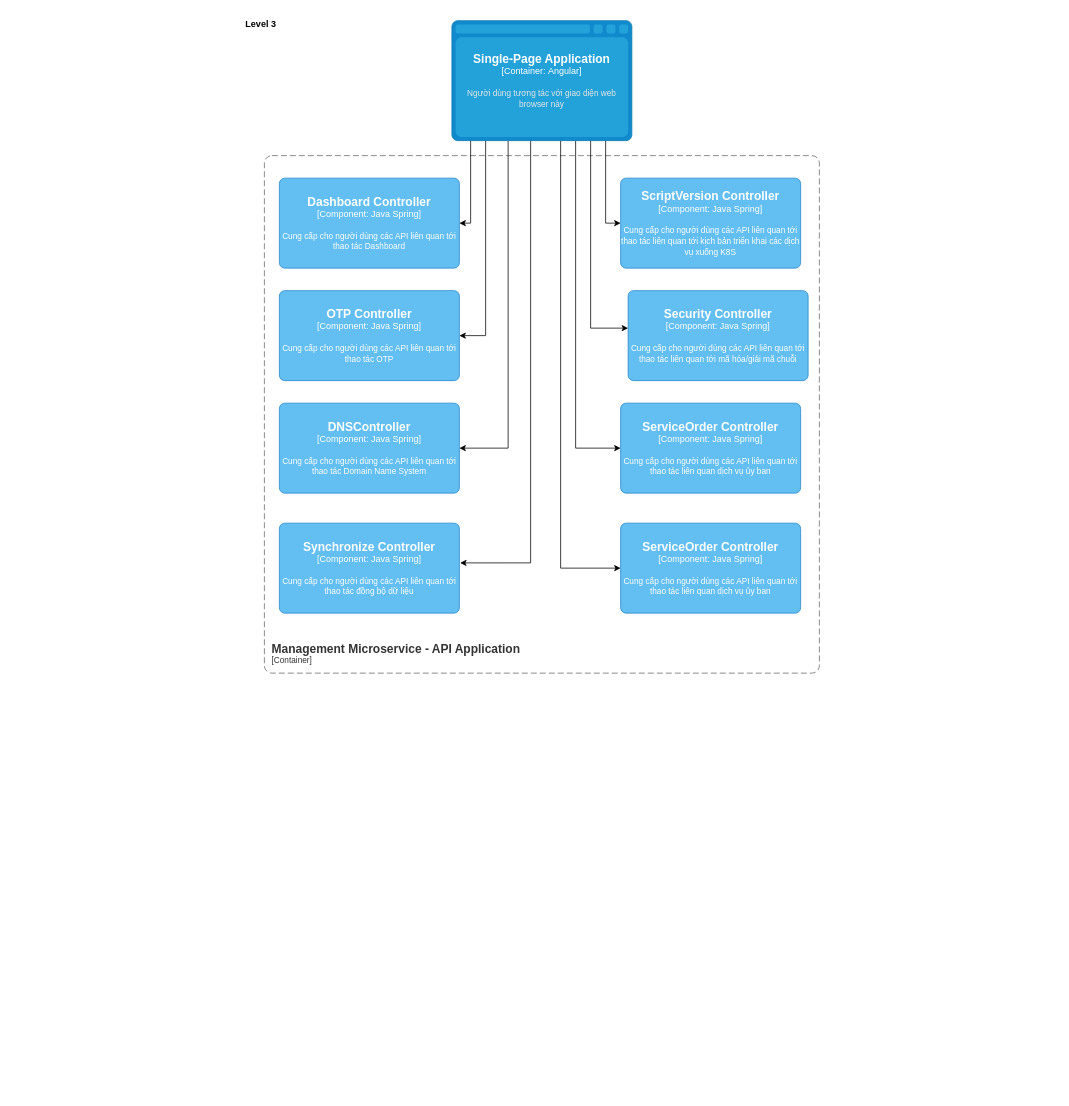
Earlier version of the draw.io diagram IDG-Portal Lv3 ObjectStorage API Application.drawio (dangngocsoncntt/draw.io). Source tidied: cells renumbered, new cells numbered last; positions are measured from the earlier drawing's top-left corner, leaving out a move shared by most shapes. Both pictures are drawn from the tidied source at 75%, with x=0, y=0 at pixel (238, 13).
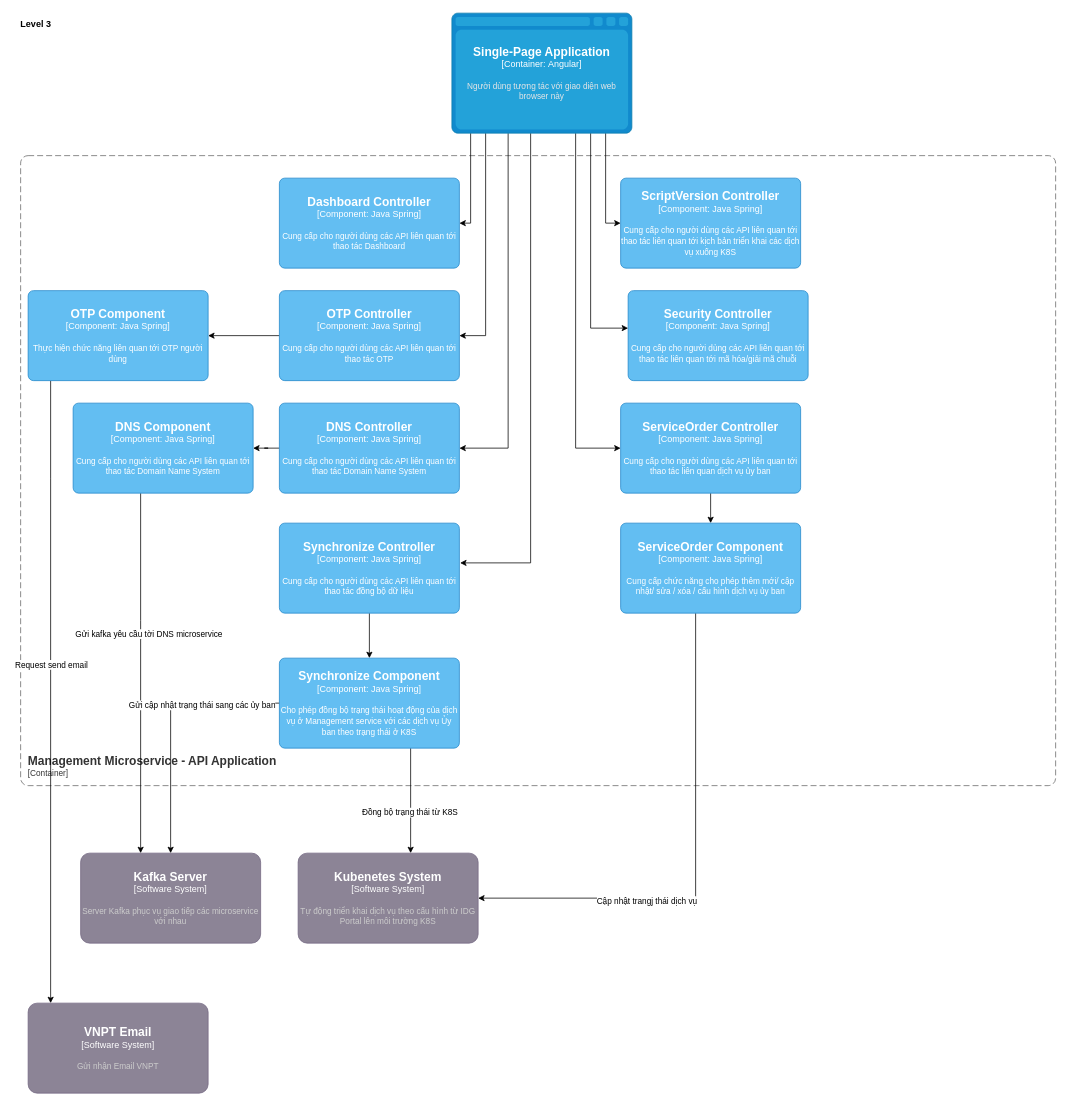
The same page after the edit.

Unchanged cells that the change refers to:
```xml
<object id="5" label="&lt;font style=&quot;font-size: 16px&quot;&gt;&lt;b&gt;%c4Name%&lt;/b&gt;&lt;/font&gt;&lt;div&gt;[%c4Type%: %c4Technology%]&lt;/div&gt;&lt;br&gt;&lt;div&gt;&lt;font style=&quot;font-size: 11px&quot;&gt;%c4Description%&lt;/font&gt;&lt;/div&gt;" c4Description="Cung cấp cho người dùng các API liên quan tới thao tác OTP" c4Name="OTP Controller" c4Technology="Java Spring" c4Type="Component" placeholders="1">
  <mxCell style="rounded=1;whiteSpace=wrap;html=1;labelBackgroundColor=none;fillColor=#63BEF2;fontColor=#ffffff;align=center;arcSize=6;strokeColor=#2086C9;points=[[0.25,0,0],[0.5,0,0],[0.75,0,0],[1,0.25,0],[1,0.5,0],[1,0.75,0],[0.75,1,0],[0.5,1,0],[0.25,1,0],[0,0.75,0],[0,0.5,0],[0,0.25,0]];" parent="1" vertex="1">
    <mxGeometry x="55" y="370" width="240" height="120" as="geometry" />
  </mxCell>
</object>
<object id="7" label="&lt;font style=&quot;font-size: 16px&quot;&gt;&lt;b&gt;%c4Name%&lt;/b&gt;&lt;/font&gt;&lt;div&gt;[%c4Type%: %c4Technology%]&lt;/div&gt;&lt;br&gt;&lt;div&gt;&lt;font style=&quot;font-size: 11px&quot;&gt;%c4Description%&lt;/font&gt;&lt;/div&gt;" c4Description="Cung cấp cho người dùng các API liên quan tới thao tác đồng bộ dữ liệu" c4Name="Synchronize Controller" c4Technology="Java Spring" c4Type="Component" placeholders="1">
  <mxCell style="rounded=1;whiteSpace=wrap;html=1;labelBackgroundColor=none;fillColor=#63BEF2;fontColor=#ffffff;align=center;arcSize=6;strokeColor=#2086C9;points=[[0.25,0,0],[0.5,0,0],[0.75,0,0],[1,0.25,0],[1,0.5,0],[1,0.75,0],[0.75,1,0],[0.5,1,0],[0.25,1,0],[0,0.75,0],[0,0.5,0],[0,0.25,0]];" parent="1" vertex="1">
    <mxGeometry x="55" y="680" width="240" height="120" as="geometry" />
  </mxCell>
</object>
<object id="10" label="&lt;font style=&quot;font-size: 16px&quot;&gt;&lt;b&gt;%c4Name%&lt;/b&gt;&lt;/font&gt;&lt;div&gt;[%c4Type%: %c4Technology%]&lt;/div&gt;&lt;br&gt;&lt;div&gt;&lt;font style=&quot;font-size: 11px&quot;&gt;%c4Description%&lt;/font&gt;&lt;/div&gt;" c4Description="Cung cấp cho người dùng các API liên quan tới thao tác liên quan dịch vụ ủy ban" c4Name="ServiceOrder Controller" c4Technology="Java Spring" c4Type="Component" placeholders="1">
  <mxCell style="rounded=1;whiteSpace=wrap;html=1;labelBackgroundColor=none;fillColor=#63BEF2;fontColor=#ffffff;align=center;arcSize=6;strokeColor=#2086C9;points=[[0.25,0,0],[0.5,0,0],[0.75,0,0],[1,0.25,0],[1,0.5,0],[1,0.75,0],[0.75,1,0],[0.5,1,0],[0.25,1,0],[0,0.75,0],[0,0.5,0],[0,0.25,0]];" parent="1" vertex="1">
    <mxGeometry x="510" y="520" width="240" height="120" as="geometry" />
  </mxCell>
</object>
```

The edit, as a diff of the source:
```diff
@@
     <mxCell id="2" value="Level 3" style="text;html=1;align=center;verticalAlign=middle;strokeColor=none;fillColor=none;fontStyle=1;" parent="1" vertex="1">
-      <mxGeometry width="60" height="30" as="geometry" />
+      <mxGeometry x="-300" width="60" height="30" as="geometry" />
     </mxCell>
     <object id="3" label="&lt;font style=&quot;font-size: 16px&quot;&gt;&lt;b&gt;&lt;div style=&quot;text-align: left&quot;&gt;%c4Name%&lt;/div&gt;&lt;/b&gt;&lt;/font&gt;&lt;div style=&quot;text-align: left&quot;&gt;[%c4Application%]&lt;/div&gt;" c4Application="Container" c4Name="Management Microservice - API Application" placeholders="1">
       <mxCell style="rounded=1;fontSize=11;whiteSpace=wrap;html=1;dashed=1;arcSize=20;fillColor=none;strokeColor=#666666;fontColor=#333333;labelBackgroundColor=none;align=left;verticalAlign=bottom;labelBorderColor=none;spacingTop=0;spacing=10;dashPattern=8 4;perimeter=rectanglePerimeter;noLabel=0;labelPadding=0;absoluteArcSize=1;" parent="1" vertex="1">
-        <mxGeometry x="35" y="190" width="740" height="690" as="geometry" />
+        <mxGeometry x="-290" y="190" width="1380" height="840" as="geometry" />
       </mxCell>
     </object>
@@
+    <mxCell id="21" style="edgeStyle=orthogonalEdgeStyle;rounded=0;jettySize=auto;html=1;" parent="1" edge="1" source="5" target="27">
+      <mxGeometry relative="1" as="geometry" />
+    </mxCell>
@@
+    <mxCell id="22" style="edgeStyle=orthogonalEdgeStyle;rounded=0;jettySize=auto;html=1;" parent="1" edge="1" source="6" target="32">
+      <mxGeometry relative="1" as="geometry" />
+    </mxCell>
-    <object id="6" label="&lt;font style=&quot;font-size: 16px&quot;&gt;&lt;b&gt;%c4Name%&lt;/b&gt;&lt;/font&gt;&lt;div&gt;[%c4Type%: %c4Technology%]&lt;/div&gt;&lt;br&gt;&lt;div&gt;&lt;font style=&quot;font-size: 11px&quot;&gt;%c4Description%&lt;/font&gt;&lt;/div&gt;" c4Description="Cung cấp cho người dùng các API liên quan tới thao tác Domain Name System" c4Name="DNSController" c4Technology="Java Spring" c4Type="Component" placeholders="1">
+    <object id="6" label="&lt;font style=&quot;font-size: 16px&quot;&gt;&lt;b&gt;%c4Name%&lt;/b&gt;&lt;/font&gt;&lt;div&gt;[%c4Type%: %c4Technology%]&lt;/div&gt;&lt;br&gt;&lt;div&gt;&lt;font style=&quot;font-size: 11px&quot;&gt;%c4Description%&lt;/font&gt;&lt;/div&gt;" c4Description="Cung cấp cho người dùng các API liên quan tới thao tác Domain Name System" c4Name="DNS Controller" c4Technology="Java Spring" c4Type="Component" placeholders="1">
       <mxCell style="rounded=1;whiteSpace=wrap;html=1;labelBackgroundColor=none;fillColor=#63BEF2;fontColor=#ffffff;align=center;arcSize=6;strokeColor=#2086C9;points=[[0.25,0,0],[0.5,0,0],[0.75,0,0],[1,0.25,0],[1,0.5,0],[1,0.75,0],[0.75,1,0],[0.5,1,0],[0.25,1,0],[0,0.75,0],[0,0.5,0],[0,0.25,0]];" parent="1" vertex="1">
         <mxGeometry x="55" y="520" width="240" height="120" as="geometry" />
       </mxCell>
     </object>
+    <mxCell id="23" style="edgeStyle=orthogonalEdgeStyle;rounded=0;jettySize=auto;html=1;" parent="1" edge="1" source="7" target="37">
+      <mxGeometry relative="1" as="geometry" />
+    </mxCell>
@@
+    <mxCell id="24" style="edgeStyle=orthogonalEdgeStyle;rounded=0;jettySize=auto;html=1;" parent="1" edge="1" source="10" target="11">
+      <mxGeometry relative="1" as="geometry" />
+    </mxCell>
@@
-    <object id="11" label="&lt;font style=&quot;font-size: 16px&quot;&gt;&lt;b&gt;%c4Name%&lt;/b&gt;&lt;/font&gt;&lt;div&gt;[%c4Type%: %c4Technology%]&lt;/div&gt;&lt;br&gt;&lt;div&gt;&lt;font style=&quot;font-size: 11px&quot;&gt;%c4Description%&lt;/font&gt;&lt;/div&gt;" c4Description="Cung cấp cho người dùng các API liên quan tới thao tác liên quan dịch vụ ủy ban" c4Name="ServiceOrder Controller" c4Technology="Java Spring" c4Type="Component" placeholders="1">
-      <mxCell style="rounded=1;whiteSpace=wrap;html=1;labelBackgroundColor=none;fillColor=#63BEF2;fontColor=#ffffff;align=center;arcSize=6;strokeColor=#2086C9;points=[[0.25,0,0],[0.5,0,0],[0.75,0,0],[1,0.25,0],[1,0.5,0],[1,0.75,0],[0.75,1,0],[0.5,1,0],[0.25,1,0],[0,0.75,0],[0,0.5,0],[0,0.25,0]];" parent="1" vertex="1">
-        <mxGeometry x="510" y="680" width="240" height="120" as="geometry" />
-      </mxCell>
-    </object>
@@
-    <mxCell id="19" style="edgeStyle=orthogonalEdgeStyle;rounded=0;jettySize=auto;html=1;entryX=0;entryY=0.5;entryDx=0;entryDy=0;entryPerimeter=0;" parent="1" edge="1" source="20" target="11">
-      <mxGeometry relative="1" as="geometry">
-        <Array as="points">
-          <mxPoint x="430" y="740" />
-        </Array>
-      </mxGeometry>
-    </mxCell>
     <object id="20" label="&lt;font style=&quot;font-size: 16px&quot;&gt;&lt;b&gt;%c4Type%&lt;/b&gt;&lt;/font&gt;&lt;div&gt;[%c4Container%:&amp;nbsp;%c4Technology%]&lt;/div&gt;&lt;br&gt;&lt;div&gt;&lt;font style=&quot;font-size: 11px&quot;&gt;&lt;font color=&quot;#E6E6E6&quot;&gt;%c4Description%&lt;/font&gt;&lt;/div&gt;" c4Container="Container" c4Description="Người dùng tương tác với giao diện web browser này" c4Technology="Angular" c4Type="Single-Page Application" placeholders="1">
       <mxCell style="shape=mxgraph.c4.webBrowserContainer2;whiteSpace=wrap;html=1;boundedLbl=1;rounded=0;labelBackgroundColor=none;strokeColor=#118ACD;fillColor=#23A2D9;strokeColor=#118ACD;strokeColor2=#0E7DAD;fontSize=12;fontColor=#ffffff;align=center;points=[[0.5,0,0],[1,0.25,0],[1,0.5,0],[1,0.75,0],[0.5,1,0],[0,0.75,0],[0,0.5,0],[0,0.25,0]];" parent="1" vertex="1">
-        <mxGeometry x="285" y="10" width="240" height="160" as="geometry" />
+        <mxGeometry x="285" width="240" height="160" as="geometry" />
       </mxCell>
     </object>
+    <mxCell id="25" style="edgeStyle=orthogonalEdgeStyle;rounded=0;jettySize=auto;html=1;" parent="1" edge="1" source="27" target="28">
+      <mxGeometry relative="1" as="geometry">
+        <Array as="points">
+          <mxPoint x="-250" y="620" />
+          <mxPoint x="-250" y="620" />
+        </Array>
+      </mxGeometry>
+    </mxCell>
+    <mxCell id="26" value="Request send email" style="edgeLabel;html=1;align=center;verticalAlign=middle;" parent="25" vertex="1">
+      <mxGeometry x="-0.09" relative="1" as="geometry" />
+    </mxCell>
+    <object id="27" label="&lt;font style=&quot;font-size: 16px&quot;&gt;&lt;b&gt;%c4Name%&lt;/b&gt;&lt;/font&gt;&lt;div&gt;[%c4Type%: %c4Technology%]&lt;/div&gt;&lt;br&gt;&lt;div&gt;&lt;font style=&quot;font-size: 11px&quot;&gt;%c4Description%&lt;/font&gt;&lt;/div&gt;" c4Description="Thực hiện chức năng liên quan tới OTP người dùng" c4Name="OTP Component" c4Technology="Java Spring" c4Type="Component" placeholders="1">
+      <mxCell style="rounded=1;whiteSpace=wrap;html=1;labelBackgroundColor=none;fillColor=#63BEF2;fontColor=#ffffff;align=center;arcSize=6;strokeColor=#2086C9;points=[[0.25,0,0],[0.5,0,0],[0.75,0,0],[1,0.25,0],[1,0.5,0],[1,0.75,0],[0.75,1,0],[0.5,1,0],[0.25,1,0],[0,0.75,0],[0,0.5,0],[0,0.25,0]];" parent="1" vertex="1">
+        <mxGeometry x="-280" y="370" width="240" height="120" as="geometry" />
+      </mxCell>
+    </object>
+    <object id="28" label="&lt;font style=&quot;font-size: 16px&quot;&gt;&lt;b&gt;%c4Name%&lt;/b&gt;&lt;/font&gt;&lt;div&gt;[%c4Type%]&lt;/div&gt;&lt;br&gt;&lt;div&gt;&lt;font style=&quot;font-size: 11px&quot;&gt;&lt;font color=&quot;#cccccc&quot;&gt;%c4Description%&lt;/font&gt;&lt;/div&gt;" c4Description="Gửi nhận Email VNPT" c4Name="VNPT Email" c4Type="Software System" placeholders="1">
+      <mxCell style="rounded=1;whiteSpace=wrap;html=1;labelBackgroundColor=none;fillColor=#8C8496;fontColor=#ffffff;align=center;arcSize=10;strokeColor=#736782;points=[[0.25,0,0],[0.5,0,0],[0.75,0,0],[1,0.25,0],[1,0.5,0],[1,0.75,0],[0.75,1,0],[0.5,1,0],[0.25,1,0],[0,0.75,0],[0,0.5,0],[0,0.25,0]];" parent="1" vertex="1">
+        <mxGeometry x="-280" y="1320" width="240" height="120" as="geometry" />
+      </mxCell>
+    </object>
+    <object id="29" label="&lt;font style=&quot;font-size: 16px&quot;&gt;&lt;b&gt;%c4Name%&lt;/b&gt;&lt;/font&gt;&lt;div&gt;[%c4Type%]&lt;/div&gt;&lt;br&gt;&lt;div&gt;&lt;font style=&quot;font-size: 11px&quot;&gt;&lt;font color=&quot;#cccccc&quot;&gt;%c4Description%&lt;/font&gt;&lt;/div&gt;" c4Description="Server Kafka phục vụ giao tiếp các microservice với nhau" c4Name="Kafka Server" c4Type="Software System" placeholders="1">
+      <mxCell style="rounded=1;whiteSpace=wrap;html=1;labelBackgroundColor=none;fillColor=#8C8496;fontColor=#ffffff;align=center;arcSize=10;strokeColor=#736782;points=[[0.25,0,0],[0.5,0,0],[0.75,0,0],[1,0.25,0],[1,0.5,0],[1,0.75,0],[0.75,1,0],[0.5,1,0],[0.25,1,0],[0,0.75,0],[0,0.5,0],[0,0.25,0]];" parent="1" vertex="1">
+        <mxGeometry x="-210" y="1120" width="240" height="120" as="geometry" />
+      </mxCell>
+    </object>
+    <mxCell id="30" style="edgeStyle=orthogonalEdgeStyle;rounded=0;jettySize=auto;html=1;" parent="1" edge="1" source="32" target="29">
+      <mxGeometry relative="1" as="geometry">
+        <Array as="points">
+          <mxPoint x="-130" y="810" />
+          <mxPoint x="-130" y="810" />
+        </Array>
+      </mxGeometry>
+    </mxCell>
+    <mxCell id="31" value="Gửi kafka yêu cầu tời DNS microservice" style="edgeLabel;html=1;align=center;verticalAlign=middle;" parent="30" vertex="1">
+      <mxGeometry x="-0.2" y="1" relative="1" as="geometry">
+        <mxPoint x="9" y="-5" as="offset" />
+      </mxGeometry>
+    </mxCell>
+    <object id="32" label="&lt;font style=&quot;font-size: 16px&quot;&gt;&lt;b&gt;%c4Name%&lt;/b&gt;&lt;/font&gt;&lt;div&gt;[%c4Type%: %c4Technology%]&lt;/div&gt;&lt;br&gt;&lt;div&gt;&lt;font style=&quot;font-size: 11px&quot;&gt;%c4Description%&lt;/font&gt;&lt;/div&gt;" c4Description="Cung cấp cho người dùng các API liên quan tới thao tác Domain Name System" c4Name="DNS Component" c4Technology="Java Spring" c4Type="Component" placeholders="1">
+      <mxCell style="rounded=1;whiteSpace=wrap;html=1;labelBackgroundColor=none;fillColor=#63BEF2;fontColor=#ffffff;align=center;arcSize=6;strokeColor=#2086C9;points=[[0.25,0,0],[0.5,0,0],[0.75,0,0],[1,0.25,0],[1,0.5,0],[1,0.75,0],[0.75,1,0],[0.5,1,0],[0.25,1,0],[0,0.75,0],[0,0.5,0],[0,0.25,0]];" parent="1" vertex="1">
+        <mxGeometry x="-220" y="520" width="240" height="120" as="geometry" />
+      </mxCell>
+    </object>
+    <mxCell id="33" style="edgeStyle=orthogonalEdgeStyle;rounded=0;jettySize=auto;html=1;" parent="1" edge="1" source="37" target="38">
+      <mxGeometry relative="1" as="geometry">
+        <Array as="points">
+          <mxPoint x="230" y="1070" />
+          <mxPoint x="230" y="1070" />
+        </Array>
+      </mxGeometry>
+    </mxCell>
+    <mxCell id="34" value="Đồng bộ trạng thái từ K8S" style="edgeLabel;html=1;align=center;verticalAlign=middle;" parent="33" vertex="1">
+      <mxGeometry x="0.21" y="-2" relative="1" as="geometry" />
+    </mxCell>
+    <mxCell id="35" style="edgeStyle=orthogonalEdgeStyle;rounded=0;jettySize=auto;html=1;" parent="1" edge="1" source="37" target="29">
+      <mxGeometry relative="1" as="geometry" />
+    </mxCell>
+    <mxCell id="36" value="Gửi cập nhật trạng thái sang các ủy ban" style="edgeLabel;html=1;align=center;verticalAlign=middle;" parent="35" vertex="1">
+      <mxGeometry x="-0.4" y="2" relative="1" as="geometry" />
+    </mxCell>
+    <object id="37" label="&lt;font style=&quot;font-size: 16px&quot;&gt;&lt;b&gt;%c4Name%&lt;/b&gt;&lt;/font&gt;&lt;div&gt;[%c4Type%: %c4Technology%]&lt;/div&gt;&lt;br&gt;&lt;div&gt;&lt;font style=&quot;font-size: 11px&quot;&gt;%c4Description%&lt;/font&gt;&lt;/div&gt;" c4Description="Cho phép đồng bộ trạng thái hoạt động của dịch vụ ở Management service với các dịch vụ Ủy ban theo trạng thái ở K8S" c4Name="Synchronize Component" c4Technology="Java Spring" c4Type="Component" placeholders="1">
+      <mxCell style="rounded=1;whiteSpace=wrap;html=1;labelBackgroundColor=none;fillColor=#63BEF2;fontColor=#ffffff;align=center;arcSize=6;strokeColor=#2086C9;points=[[0.25,0,0],[0.5,0,0],[0.75,0,0],[1,0.25,0],[1,0.5,0],[1,0.75,0],[0.75,1,0],[0.5,1,0],[0.25,1,0],[0,0.75,0],[0,0.5,0],[0,0.25,0]];" parent="1" vertex="1">
+        <mxGeometry x="55" y="860" width="240" height="120" as="geometry" />
+      </mxCell>
+    </object>
+    <object id="38" label="&lt;font style=&quot;font-size: 16px&quot;&gt;&lt;b&gt;%c4Name%&lt;/b&gt;&lt;/font&gt;&lt;div&gt;[%c4Type%]&lt;/div&gt;&lt;br&gt;&lt;div&gt;&lt;font style=&quot;font-size: 11px&quot;&gt;&lt;font color=&quot;#cccccc&quot;&gt;%c4Description%&lt;/font&gt;&lt;/div&gt;" c4Description="Tự động triển khai dịch vụ theo cấu hình từ IDG Portal lên môi trường K8S" c4Name="Kubenetes System" c4Type="Software System" placeholders="1">
+      <mxCell style="rounded=1;whiteSpace=wrap;html=1;labelBackgroundColor=none;fillColor=#8C8496;fontColor=#ffffff;align=center;arcSize=10;strokeColor=#736782;points=[[0.25,0,0],[0.5,0,0],[0.75,0,0],[1,0.25,0],[1,0.5,0],[1,0.75,0],[0.75,1,0],[0.5,1,0],[0.25,1,0],[0,0.75,0],[0,0.5,0],[0,0.25,0]];" parent="1" vertex="1">
+        <mxGeometry x="80" y="1120" width="240" height="120" as="geometry" />
+      </mxCell>
+    </object>
+    <mxCell id="39" style="edgeStyle=orthogonalEdgeStyle;rounded=0;jettySize=auto;html=1;" parent="1" edge="1" source="11" target="38">
+      <mxGeometry relative="1" as="geometry">
+        <Array as="points">
+          <mxPoint x="610" y="1180" />
+        </Array>
+      </mxGeometry>
+    </mxCell>
+    <mxCell id="40" value="Cập nhật trangj thái dịch vụ" style="edgeLabel;html=1;align=center;verticalAlign=middle;" parent="39" vertex="1">
+      <mxGeometry x="0.33" y="3" relative="1" as="geometry" />
+    </mxCell>
+    <object id="11" label="&lt;font style=&quot;font-size: 16px&quot;&gt;&lt;b&gt;%c4Name%&lt;/b&gt;&lt;/font&gt;&lt;div&gt;[%c4Type%: %c4Technology%]&lt;/div&gt;&lt;br&gt;&lt;div&gt;&lt;font style=&quot;font-size: 11px&quot;&gt;%c4Description%&lt;/font&gt;&lt;/div&gt;" c4Description="Cung cấp chức năng cho phép thêm mới/ cập nhật/ sửa / xóa / cấu hình dịch vụ ủy ban" c4Name="ServiceOrder Component" c4Technology="Java Spring" c4Type="Component" placeholders="1">
+      <mxCell style="rounded=1;whiteSpace=wrap;html=1;labelBackgroundColor=none;fillColor=#63BEF2;fontColor=#ffffff;align=center;arcSize=6;strokeColor=#2086C9;points=[[0.25,0,0],[0.5,0,0],[0.75,0,0],[1,0.25,0],[1,0.5,0],[1,0.75,0],[0.75,1,0],[0.5,1,0],[0.25,1,0],[0,0.75,0],[0,0.5,0],[0,0.25,0]];" parent="1" vertex="1">
+        <mxGeometry x="510" y="680" width="240" height="120" as="geometry" />
+      </mxCell>
+    </object>
```
